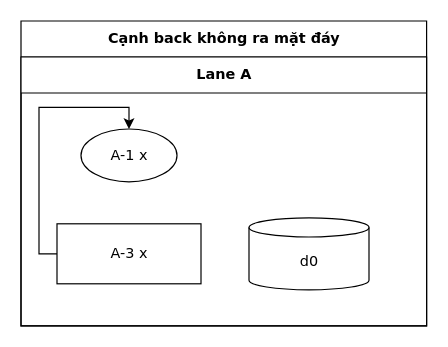
Before: conformance/golden/cases/66-route-back-no-bottom.drawio in luytbq/flowcast, a draw.io diagram. Source tidied: cells renumbered, new cells numbered last; positions are measured from the earlier drawing's top-left corner, leaving out a move shared by most shapes. Both pictures are drawn from the tidied source at 120%, with x=0, y=0 at pixel (20, 20).
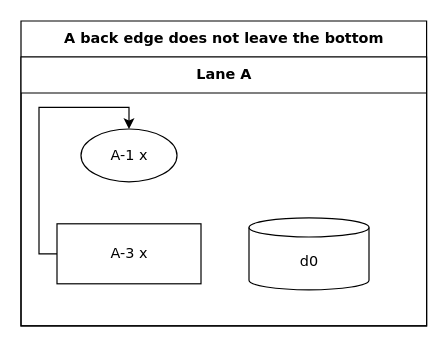
The same diagram, later.

Change to the diagram source:
```diff
@@
 <mxGraphModel>
   <root>
     <mxCell id="0" />
     <mxCell id="1" parent="0" />
-    <mxCell id="2" value="Cạnh back không ra mặt đáy" style="swimlane;html=1;startSize=30;fontStyle=1;fontFamily=Verdana;fontSize=12;flowtable=1;" parent="1" vertex="1">
+    <mxCell id="2" value="A back edge does not leave the bottom" style="swimlane;html=1;startSize=30;fontStyle=1;fontFamily=Verdana;fontSize=12;flowtable=1;" parent="1" vertex="1">
       <mxGeometry width="338" height="254" as="geometry" />
     </mxCell>
     <mxCell id="3" value="Lane A" style="swimlane;html=1;startSize=30;fontFamily=Verdana;fontSize=12;flowtable=1;" parent="2" vertex="1">
       <mxGeometry y="30" width="338" height="224" as="geometry" />
     </mxCell>
     <mxCell id="4" value="A-1 x" style="ellipse;html=1;fontFamily=Verdana;fontSize=12;flowtable=1;" parent="3" vertex="1">
       <mxGeometry x="50" y="60" width="80" height="44" as="geometry" />
     </mxCell>
     <mxCell id="5" value="A-3 x" style="rounded=0;html=1;fontFamily=Verdana;fontSize=12;flowtable=1;" parent="3" vertex="1">
       <mxGeometry x="30" y="139" width="120" height="50" as="geometry" />
     </mxCell>
     <mxCell id="6" value="d0" style="shape=cylinder3;html=1;boundedLbl=1;backgroundOutline=1;size=8;fontFamily=Verdana;fontSize=12;flowtable=1;" parent="3" vertex="1">
       <mxGeometry x="190" y="134" width="100" height="60" as="geometry" />
     </mxCell>
     <mxCell id="7" style="edgeStyle=orthogonalEdgeStyle;rounded=0;jettySize=auto;html=1;labelBackgroundColor=default;exitX=0;exitY=0.5;exitDx=0;exitDy=0;entryX=0.5;entryY=0;entryDx=0;entryDy=0;fontFamily=Verdana;fontSize=12;flowtable=1;" parent="2" edge="1" source="5" target="4">
       <mxGeometry relative="1" as="geometry">
         <Array as="points">
           <mxPoint x="15" y="194" />
           <mxPoint x="15" y="72" />
           <mxPoint x="90" y="72" />
         </Array>
       </mxGeometry>
     </mxCell>
   </root>
 </mxGraphModel>
```
